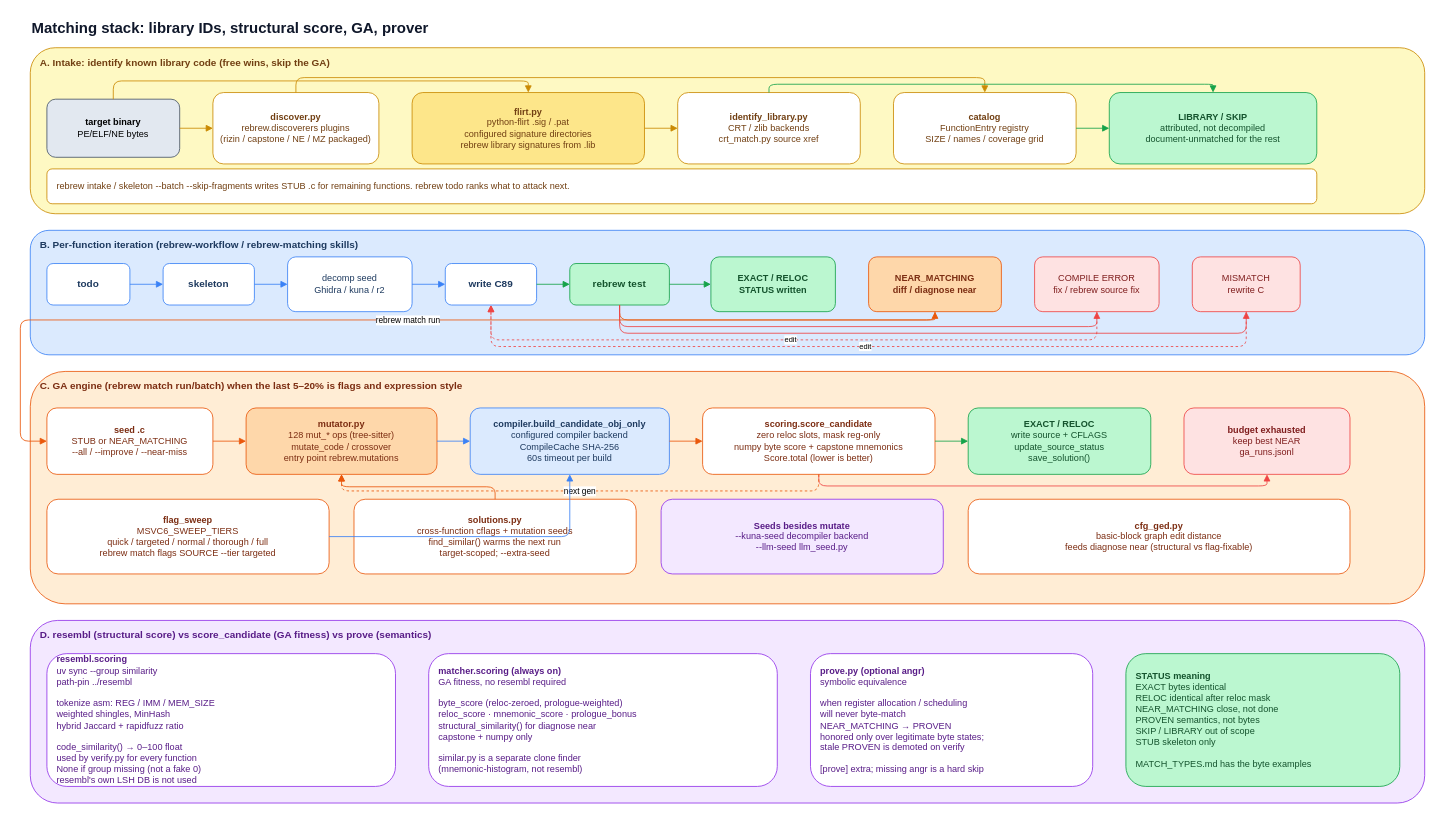
Above: page "4. FLIRT, resembl, GA" (4 of 6) of docs/architecture.drawio in maci0/rebrew (draw.io), before the change. Source tidied: cells renumbered, new cells numbered last; positions are measured from the earlier drawing's top-left corner, leaving out a move shared by most shapes. Both pictures are drawn from the tidied source at 83%, with x=0, y=0 at pixel (20, 14).
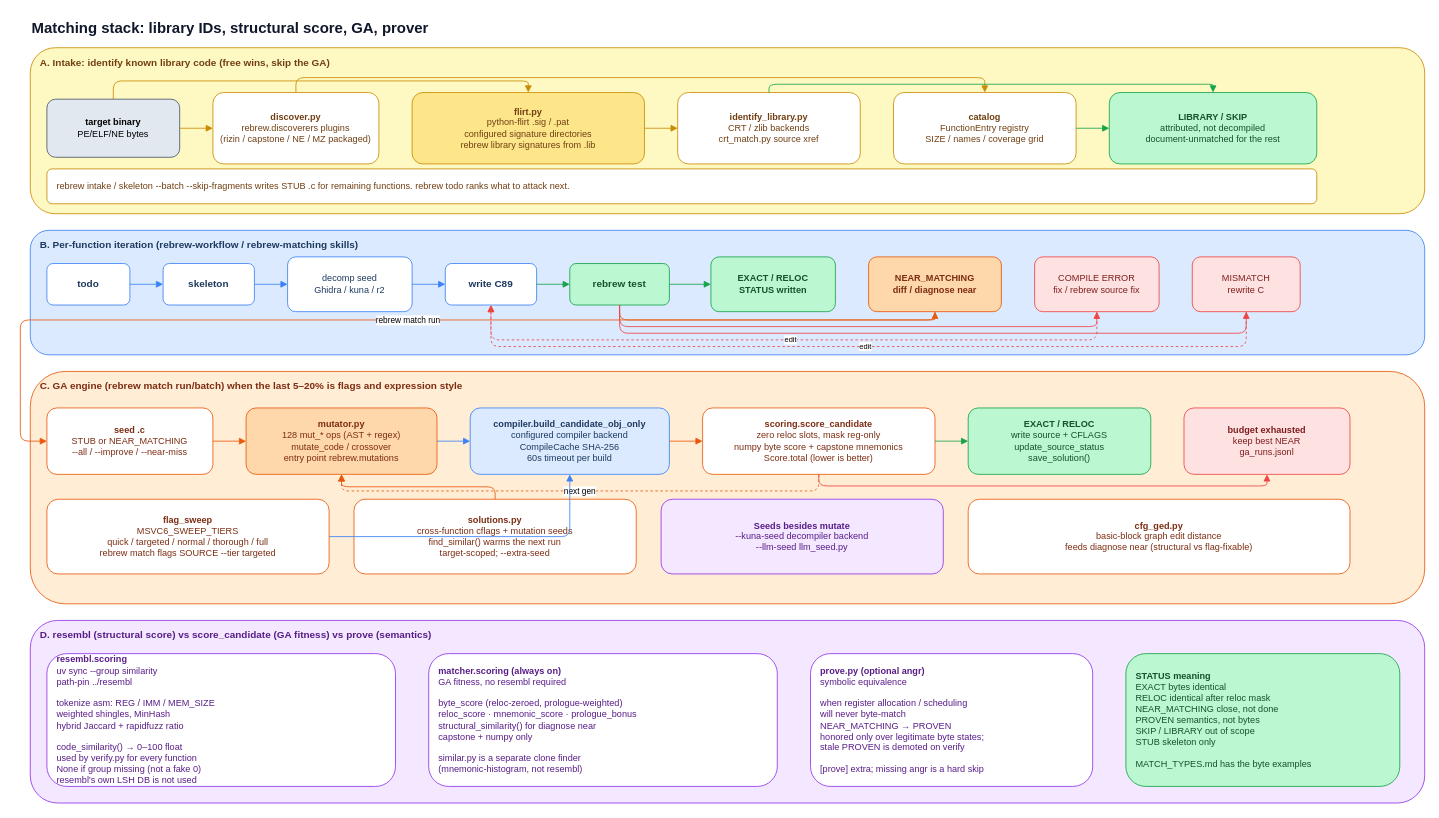
After the change.

Commit message (it also covers changes not shown here):
docs: add docstrings and correct stale architecture notes

Change to the diagram source:
```diff
@@
-    <mxCell id="39" value="&lt;b&gt;mutator.py&lt;/b&gt;&lt;br&gt;128 mut_* ops (tree-sitter)&lt;br&gt;mutate_code / crossover&lt;br&gt;entry point rebrew.mutations" style="rounded=1;whiteSpace=wrap;html=1;fillColor=#fed7aa;strokeColor=#ea580c;fontColor=#7c2d12;align=center;fontSize=11;" parent="1" vertex="1">
+    <mxCell id="39" value="&lt;b&gt;mutator.py&lt;/b&gt;&lt;br&gt;128 mut_* ops (AST + regex)&lt;br&gt;mutate_code / crossover&lt;br&gt;entry point rebrew.mutations" style="rounded=1;whiteSpace=wrap;html=1;fillColor=#fed7aa;strokeColor=#ea580c;fontColor=#7c2d12;align=center;fontSize=11;" parent="1" vertex="1">
       <mxGeometry x="272" y="474" width="230" height="80" as="geometry" />
     </mxCell>
```
